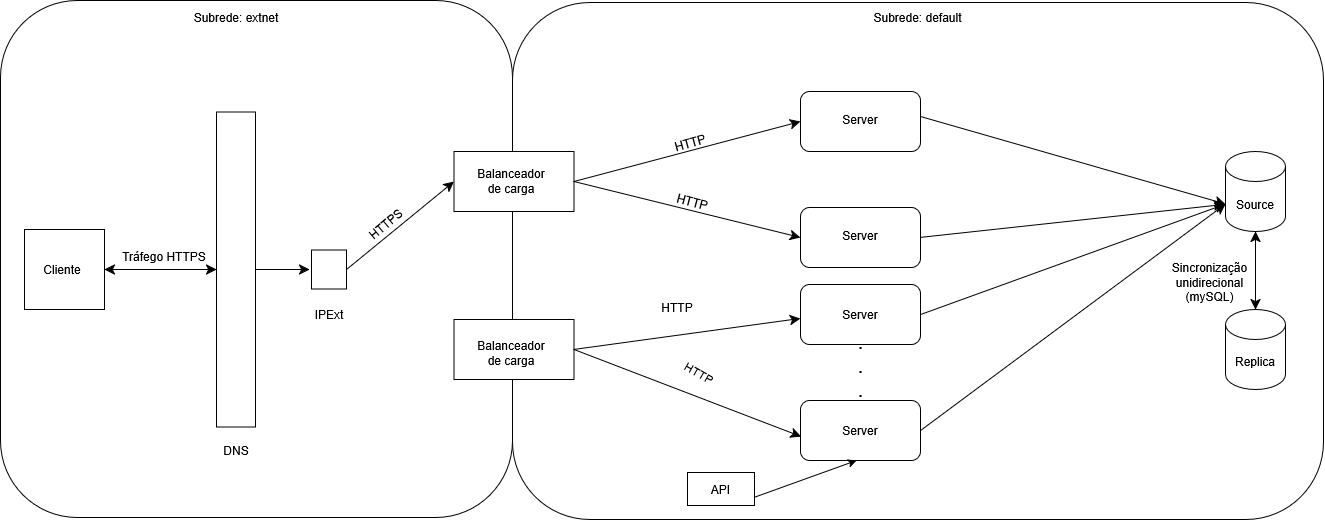
The draw.io diagram Arquitetura.drawio.png in rayanssan/techthrift, before a commit. Source tidied: cells renumbered, new cells last; positions are measured from the earlier drawing's top-left corner, leaving out a move shared by most shapes.
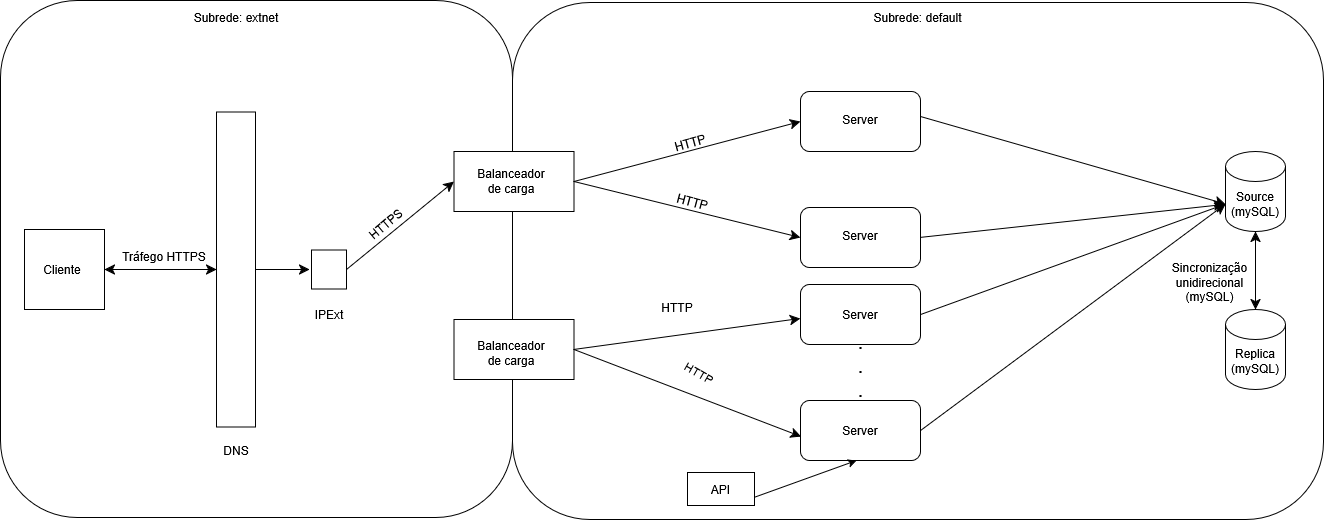
Later version of the same file.

What changed in the source:
```diff
@@ -32,10 +32,10 @@
     <mxCell id="11" style="rounded=1;whiteSpace=wrap;html=1;" parent="1" vertex="1">
       <mxGeometry x="800" y="400" width="120" height="60" as="geometry" />
     </mxCell>
-    <mxCell id="12" value="Source" style="shape=cylinder3;whiteSpace=wrap;html=1;boundedLbl=1;backgroundOutline=1;size=15;" parent="1" vertex="1">
+    <mxCell id="12" value="&lt;div&gt;Source&lt;/div&gt;&lt;div&gt;(mySQL)&lt;/div&gt;" style="shape=cylinder3;whiteSpace=wrap;html=1;boundedLbl=1;backgroundOutline=1;size=15;" parent="1" vertex="1">
       <mxGeometry x="1225" y="151" width="60" height="80" as="geometry" />
     </mxCell>
-    <mxCell id="13" value="Replica" style="shape=cylinder3;whiteSpace=wrap;html=1;boundedLbl=1;backgroundOutline=1;size=15;" parent="1" vertex="1">
+    <mxCell id="13" value="&lt;div&gt;Replica&lt;/div&gt;&lt;div&gt;(mySQL)&lt;/div&gt;" style="shape=cylinder3;whiteSpace=wrap;html=1;boundedLbl=1;backgroundOutline=1;size=15;" parent="1" vertex="1">
       <mxGeometry x="1225" y="309" width="60" height="80" as="geometry" />
     </mxCell>
     <mxCell id="14" style="endArrow=classic;html=1;rounded=0;fontSize=12;startSize=8;endSize=8;curved=1;exitX=1;exitY=0.5;exitDx=0;exitDy=0;" parent="1" edge="1" source="9">
```
